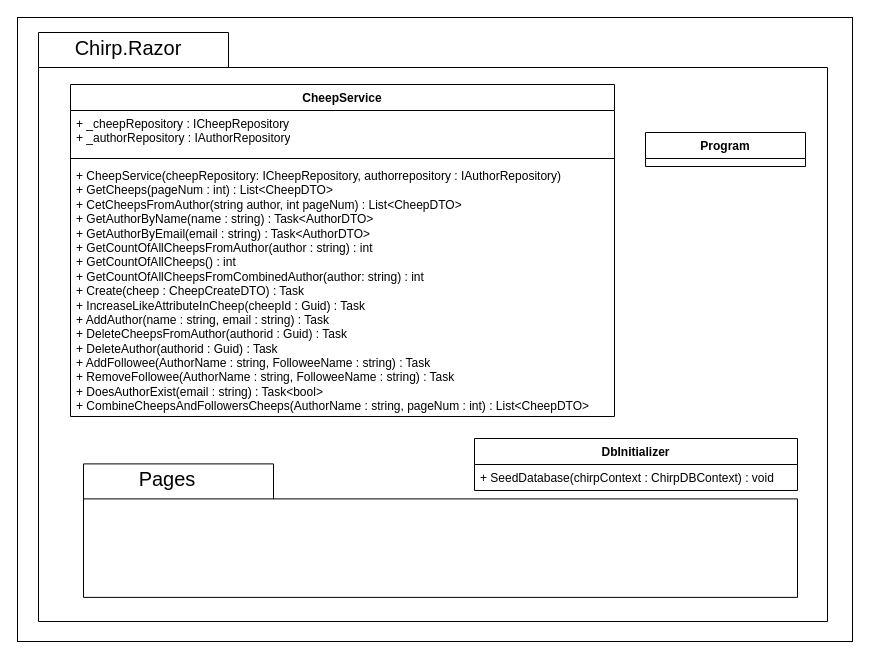
This is docs/diagrams/PackagesUMLClassDiagrams/PackageRazorUMLDiagrams.drawio from ITU-BDSA23-GROUP4/Chirp, a draw.io file, before an edit. Source tidied: cells renumbered, new cells numbered last; positions are measured from the earlier drawing's top-left corner, leaving out a move shared by most shapes. Both pictures are drawn from the tidied source at 100%, with x=0, y=0 at pixel (17, 17).
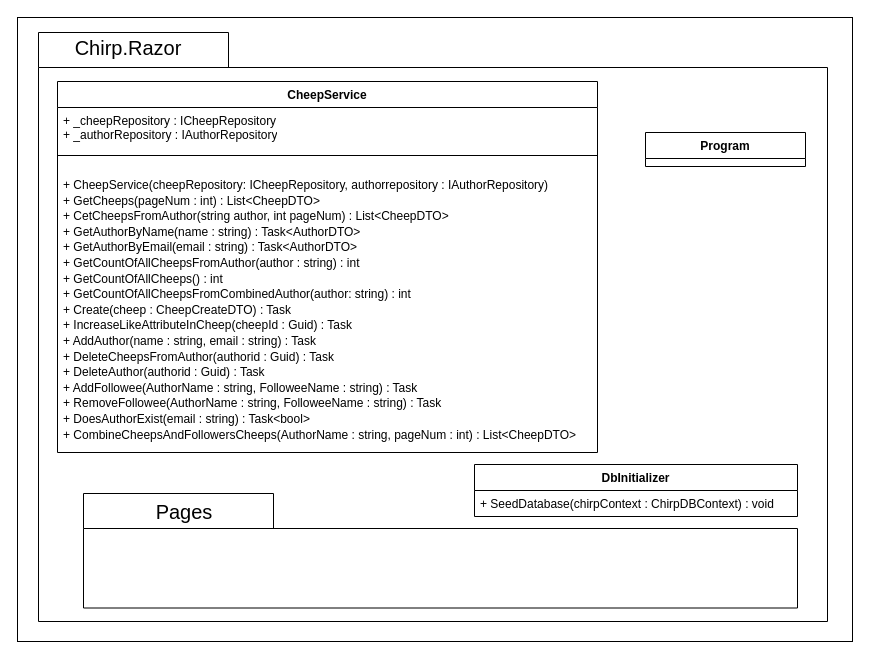
The same diagram, later.

Change to the diagram source:
```diff
@@
 <mxGraphModel background="#ffffff">
   <root>
     <mxCell id="0" />
     <mxCell id="1" parent="0" />
     <mxCell id="2" style="rounded=0;whiteSpace=wrap;html=1;fillColor=none;" parent="1" vertex="1">
       <mxGeometry width="835" height="624" as="geometry" />
     </mxCell>
     <mxCell id="3" style="shape=folder;fontStyle=1;spacingTop=10;tabWidth=190;tabHeight=35;tabPosition=left;html=1;strokeColor=#000000;fillColor=none;" parent="1" vertex="1">
       <mxGeometry x="21" y="15" width="789" height="589" as="geometry" />
     </mxCell>
     <mxCell id="4" style="shape=folder;fontStyle=1;spacingTop=10;tabWidth=190;tabHeight=35;tabPosition=left;html=1;strokeColor=#000000;fillColor=none;" parent="1" vertex="1">
-      <mxGeometry x="66" y="446.4" width="714" height="133.5" as="geometry" />
+      <mxGeometry x="66" y="476" width="714" height="114.5" as="geometry" />
     </mxCell>
     <mxCell id="5" value="&lt;font color=&quot;#000000&quot; style=&quot;font-size: 20px;&quot;&gt;Chirp.Razor&lt;/font&gt;" style="text;html=1;strokeColor=none;fillColor=none;align=center;verticalAlign=middle;whiteSpace=wrap;rounded=0;" parent="1" vertex="1">
       <mxGeometry x="81" y="15" width="60" height="30" as="geometry" />
     </mxCell>
     <mxCell id="6" value="&lt;font color=&quot;#000000&quot;&gt;DbInitializer&lt;/font&gt;" style="swimlane;fontStyle=1;align=center;verticalAlign=top;horizontal=1;startSize=26;whiteSpace=wrap;html=1;strokeColor=#000000;fillColor=none;" parent="1" vertex="1">
-      <mxGeometry x="457" y="421" width="323" height="52" as="geometry" />
+      <mxGeometry x="457" y="447" width="323" height="52" as="geometry" />
     </mxCell>
     <mxCell id="7" value="&lt;font color=&quot;#000000&quot;&gt;+ SeedDatabase(&lt;/font&gt;&lt;span style=&quot;color: rgb(0, 0, 0);&quot;&gt;chirpContext :&amp;nbsp;&lt;/span&gt;&lt;font color=&quot;#000000&quot;&gt;ChirpDBContext) : void&lt;/font&gt;" style="text;strokeColor=none;fillColor=none;align=left;verticalAlign=top;spacingLeft=4;spacingRight=4;overflow=hidden;whiteSpace=wrap;html=1;" parent="6" vertex="1">
       <mxGeometry y="26" width="323" height="26" as="geometry" />
     </mxCell>
     <mxCell id="8" value="&lt;font color=&quot;#000000&quot; style=&quot;font-size: 20px;&quot;&gt;Pages&lt;/font&gt;" style="text;html=1;strokeColor=none;fillColor=none;align=center;verticalAlign=middle;whiteSpace=wrap;rounded=0;" parent="1" vertex="1">
-      <mxGeometry x="120" y="446" width="60" height="30" as="geometry" />
+      <mxGeometry x="137" y="479" width="60" height="30" as="geometry" />
     </mxCell>
     <mxCell id="9" value="&lt;font color=&quot;#000000&quot;&gt;CheepService&lt;/font&gt;" style="swimlane;fontStyle=1;align=center;verticalAlign=top;horizontal=1;startSize=26;whiteSpace=wrap;html=1;strokeColor=#000000;fillColor=none;" parent="1" vertex="1">
-      <mxGeometry x="53" y="67" width="544" height="332" as="geometry" />
+      <mxGeometry x="40" y="64" width="540" height="371" as="geometry" />
     </mxCell>
     <mxCell id="10" value="&lt;font color=&quot;#000000&quot;&gt;+ _cheepRepository : ICheepRepository&lt;br&gt;+ _authorRepository : IAuthorRepository&lt;/font&gt;" style="text;strokeColor=none;fillColor=none;align=left;verticalAlign=top;spacingLeft=4;spacingRight=4;overflow=hidden;whiteSpace=wrap;html=1;" parent="9" vertex="1">
-      <mxGeometry y="26" width="544" height="44" as="geometry" />
+      <mxGeometry y="26" width="540" height="44" as="geometry" />
     </mxCell>
     <mxCell id="11" style="line;strokeWidth=1;fillColor=none;align=left;verticalAlign=middle;spacingTop=-1;spacingLeft=3;spacingRight=3;labelPosition=right;strokeColor=inherit;" parent="9" vertex="1">
-      <mxGeometry y="70" width="544" height="8" as="geometry" />
+      <mxGeometry y="70" width="540" height="8" as="geometry" />
     </mxCell>
-    <mxCell id="12" value="&lt;font color=&quot;#000000&quot;&gt;+ CheepService(&lt;/font&gt;&lt;span style=&quot;color: rgb(0, 0, 0);&quot;&gt;cheepRepository:&amp;nbsp;&lt;/span&gt;&lt;font color=&quot;#000000&quot;&gt;ICheepRepository, authorrepository :&amp;nbsp;&lt;/font&gt;&lt;span style=&quot;color: rgb(0, 0, 0);&quot;&gt;IAuthorRepository&lt;/span&gt;&lt;font color=&quot;#000000&quot;&gt;)&lt;br&gt;&lt;/font&gt;&lt;font color=&quot;#000000&quot;&gt;+ GetCheeps(pageNum :&amp;nbsp;&lt;/font&gt;&lt;span style=&quot;color: rgb(0, 0, 0);&quot;&gt;int&lt;/span&gt;&lt;font color=&quot;#000000&quot;&gt;) : List&amp;lt;CheepDTO&amp;gt;&lt;br&gt;+ CetCheepsFromAuthor(string author, int pageNum) : List&amp;lt;CheepDTO&amp;gt;&lt;br&gt;+ GetAuthorByName(name : string) : Task&amp;lt;AuthorDTO&amp;gt;&lt;br&gt;+ GetAuthorByEmail(email : string) : Task&amp;lt;AuthorDTO&amp;gt;&lt;br&gt;+ GetCountOfAllCheepsFromAuthor(author : string) : int&lt;br&gt;+ GetCountOfAllCheeps() : int&lt;br&gt;+ GetCountOfAllCheepsFromCombinedAuthor(author: string) : int&lt;br&gt;+ Create(cheep : CheepCreateDTO) : Task&lt;br&gt;+ IncreaseLikeAttributeInCheep(cheepId : Guid) : Task&lt;br&gt;+ AddAuthor(name : string, email : string) : Task&lt;br&gt;+ DeleteCheepsFromAuthor(authorid : Guid) : Task&lt;br&gt;+ DeleteAuthor(authorid : Guid) : Task&lt;br&gt;+ AddFollowee(AuthorName : string, FolloweeName : string) : Task&lt;br&gt;+ RemoveFollowee(AuthorName : string, FolloweeName : string) : Task&lt;br&gt;+ DoesAuthorExist(email : string) : Task&amp;lt;bool&amp;gt;&lt;br&gt;+ CombineCheepsAndFollowersCheeps(AuthorName : string, pageNum : int) : List&amp;lt;CheepDTO&amp;gt;&lt;br&gt;&lt;br&gt;&lt;/font&gt;" style="text;strokeColor=none;fillColor=none;align=left;verticalAlign=top;spacingLeft=4;spacingRight=4;overflow=hidden;whiteSpace=wrap;html=1;" parent="9" vertex="1">
-      <mxGeometry y="78" width="544" height="254" as="geometry" />
+    <mxCell id="12" value="&lt;p style=&quot;line-height: 130%;&quot;&gt;&lt;font color=&quot;#000000&quot;&gt;+ CheepService(&lt;/font&gt;&lt;span style=&quot;color: rgb(0, 0, 0);&quot;&gt;cheepRepository:&amp;nbsp;&lt;/span&gt;&lt;font color=&quot;#000000&quot;&gt;ICheepRepository, authorrepository :&amp;nbsp;&lt;/font&gt;&lt;span style=&quot;color: rgb(0, 0, 0);&quot;&gt;IAuthorRepository&lt;/span&gt;&lt;font color=&quot;#000000&quot;&gt;)&lt;br&gt;&lt;/font&gt;&lt;font color=&quot;#000000&quot;&gt;+ GetCheeps(pageNum :&amp;nbsp;&lt;/font&gt;&lt;span style=&quot;color: rgb(0, 0, 0);&quot;&gt;int&lt;/span&gt;&lt;font color=&quot;#000000&quot;&gt;) : List&amp;lt;CheepDTO&amp;gt;&lt;br&gt;+ CetCheepsFromAuthor(string author, int pageNum) : List&amp;lt;CheepDTO&amp;gt;&lt;br&gt;+ GetAuthorByName(name : string) : Task&amp;lt;AuthorDTO&amp;gt;&lt;br&gt;+ GetAuthorByEmail(email : string) : Task&amp;lt;AuthorDTO&amp;gt;&lt;br&gt;+ GetCountOfAllCheepsFromAuthor(author : string) : int&lt;br&gt;+ GetCountOfAllCheeps() : int&lt;br&gt;+ GetCountOfAllCheepsFromCombinedAuthor(author: string) : int&lt;br&gt;+ Create(cheep : CheepCreateDTO) : Task&lt;br&gt;+ IncreaseLikeAttributeInCheep(cheepId : Guid) : Task&lt;br&gt;+ AddAuthor(name : string, email : string) : Task&lt;br&gt;+ DeleteCheepsFromAuthor(authorid : Guid) : Task&lt;br&gt;+ DeleteAuthor(authorid : Guid) : Task&lt;br&gt;+ AddFollowee(AuthorName : string, FolloweeName : string) : Task&lt;br&gt;+ RemoveFollowee(AuthorName : string, FolloweeName : string) : Task&lt;br&gt;+ DoesAuthorExist(email : string) : Task&amp;lt;bool&amp;gt;&lt;br&gt;+ CombineCheepsAndFollowersCheeps(AuthorName : string, pageNum : int) : List&amp;lt;CheepDTO&amp;gt;&lt;br&gt;&lt;br&gt;&lt;/font&gt;&lt;/p&gt;" style="text;strokeColor=none;fillColor=none;align=left;verticalAlign=top;spacingLeft=4;spacingRight=4;overflow=hidden;whiteSpace=wrap;html=1;" parent="9" vertex="1">
+      <mxGeometry y="78" width="540" height="293" as="geometry" />
     </mxCell>
     <mxCell id="13" value="&lt;font color=&quot;#000000&quot;&gt;Program&lt;/font&gt;" style="swimlane;fontStyle=1;align=center;verticalAlign=top;horizontal=1;startSize=26;whiteSpace=wrap;html=1;strokeColor=#000000;fillColor=none;" parent="1" vertex="1">
       <mxGeometry x="628" y="115" width="160" height="34" as="geometry" />
     </mxCell>
   </root>
 </mxGraphModel>
```
